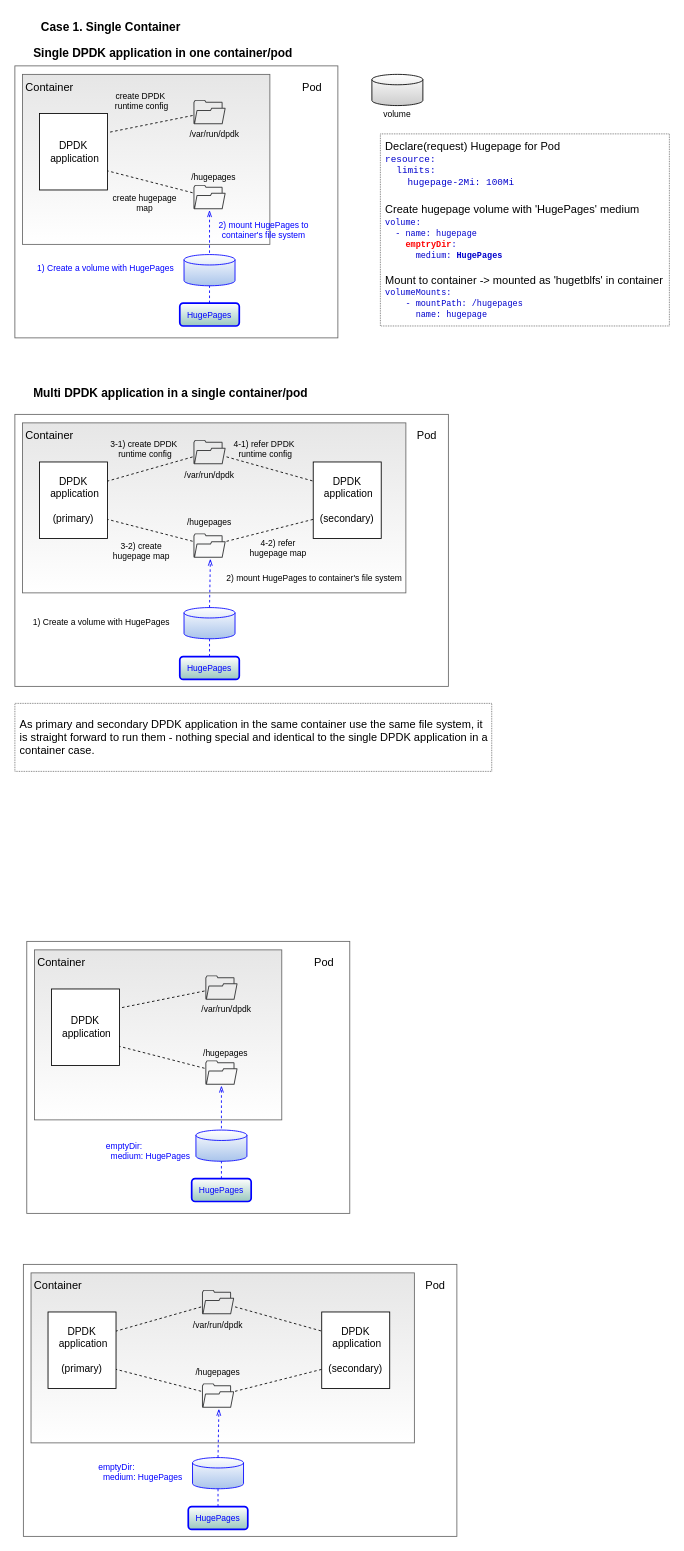
cychong47/how-to-share-hugepage-in-k8s keeps this draw.io diagram as page "1 container-1 pod" (3 of 5) of dpdk multi-process.drawio. Above is the earlier version. Source tidied: cells renumbered, new cells numbered last; positions are measured from the earlier drawing's top-left corner, leaving out a move shared by most shapes. Both pictures are drawn from the tidied source at 85%, with x=0, y=0 at pixel (14, 14).
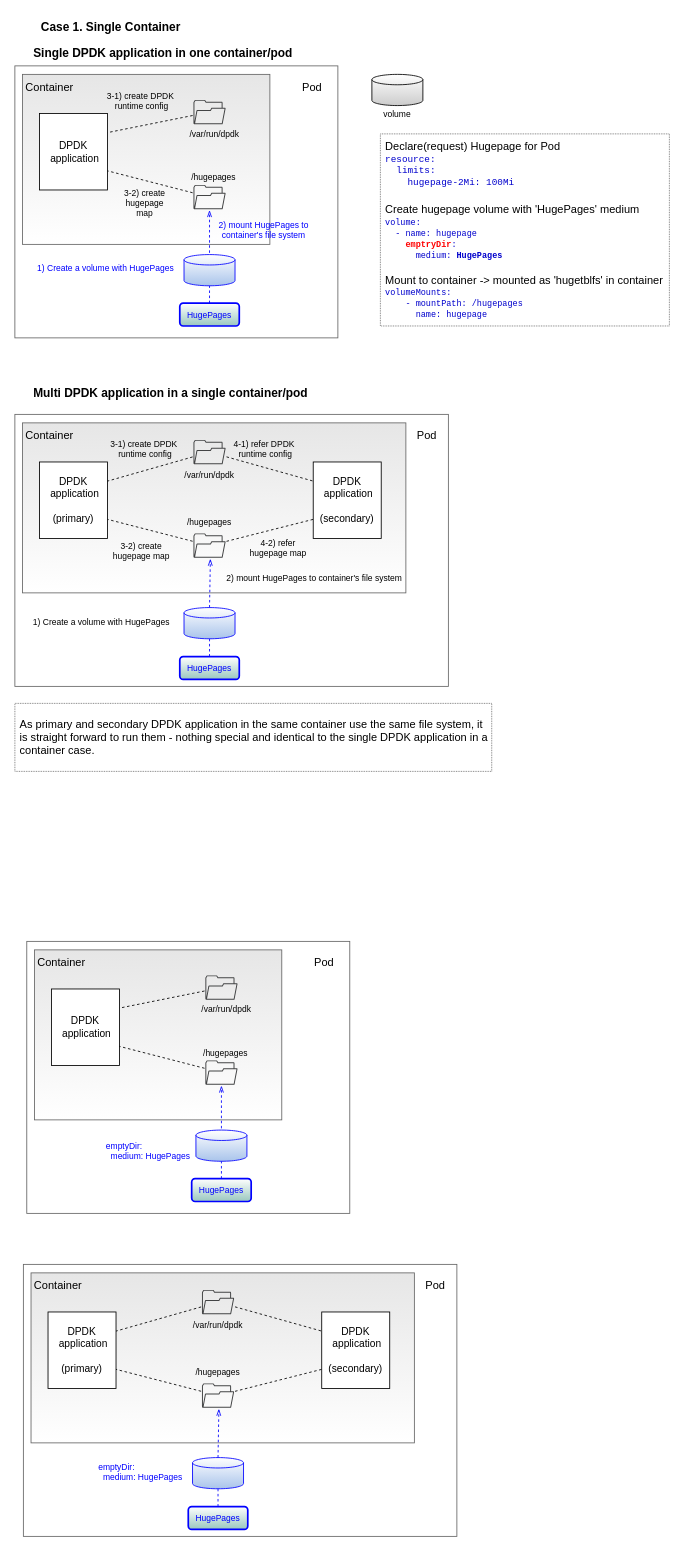
The same diagram, later.

The change refers to these unchanged cells:
```xml
<mxCell id="10" style="group;" parent="1" vertex="1">
  <mxGeometry y="60" width="380" height="320" as="geometry" />
</mxCell>
```

What changed in the source:
```diff
@@
-    <mxCell id="15" value="create DPDK&amp;nbsp;&lt;br style=&quot;font-size: 10px&quot;&gt;runtime&amp;nbsp;config" style="text;html=1;strokeColor=none;fillColor=none;align=center;verticalAlign=middle;whiteSpace=wrap;rounded=0;fontSize=10;" parent="10" vertex="1">
+    <mxCell id="15" value="3-1) create DPDK&amp;nbsp;&lt;br style=&quot;font-size: 10px&quot;&gt;runtime&amp;nbsp;config" style="text;html=1;strokeColor=none;fillColor=none;align=center;verticalAlign=middle;whiteSpace=wrap;rounded=0;fontSize=10;" parent="10" vertex="1">
       <mxGeometry x="99.5" y="26" width="99" height="30" as="geometry" />
     </mxCell>
@@
-    <mxCell id="19" value="create hugepage&lt;br style=&quot;font-size: 10px&quot;&gt;map" style="text;html=1;strokeColor=none;fillColor=none;align=center;verticalAlign=middle;whiteSpace=wrap;rounded=0;fontSize=10;" parent="10" vertex="1">
+    <mxCell id="19" value="3-2) create hugepage&lt;br style=&quot;font-size: 10px&quot;&gt;map" style="text;html=1;strokeColor=none;fillColor=none;align=center;verticalAlign=middle;whiteSpace=wrap;rounded=0;fontSize=10;" parent="10" vertex="1">
       <mxGeometry x="108" y="146" width="90" height="30" as="geometry" />
     </mxCell>
```
